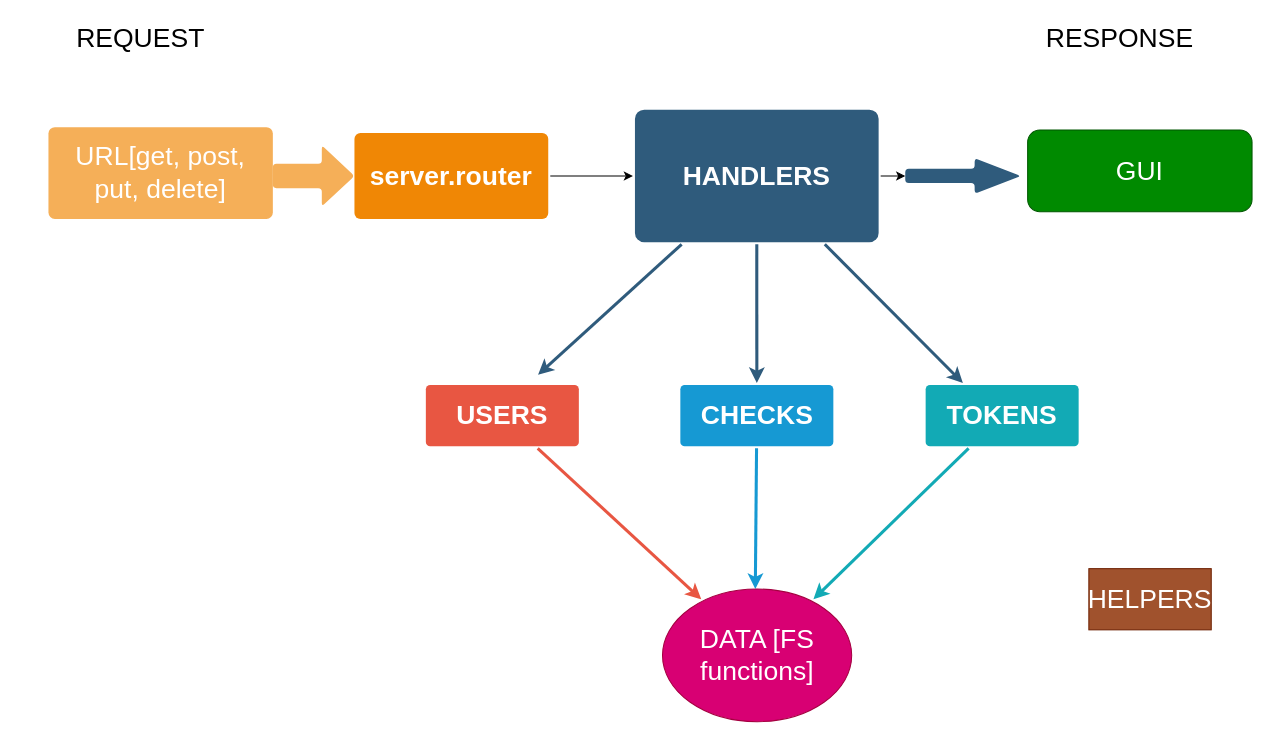
The draw.io diagram Untitled Diagram.drawio in illuminati-80/nodejs-pirple, before the edit. Source tidied: cells renumbered, new cells numbered last; positions are measured from the earlier drawing's top-left corner, leaving out a move shared by most shapes. Both pictures are drawn from the tidied source at 102%, with x=0, y=0 at pixel (48, 17).
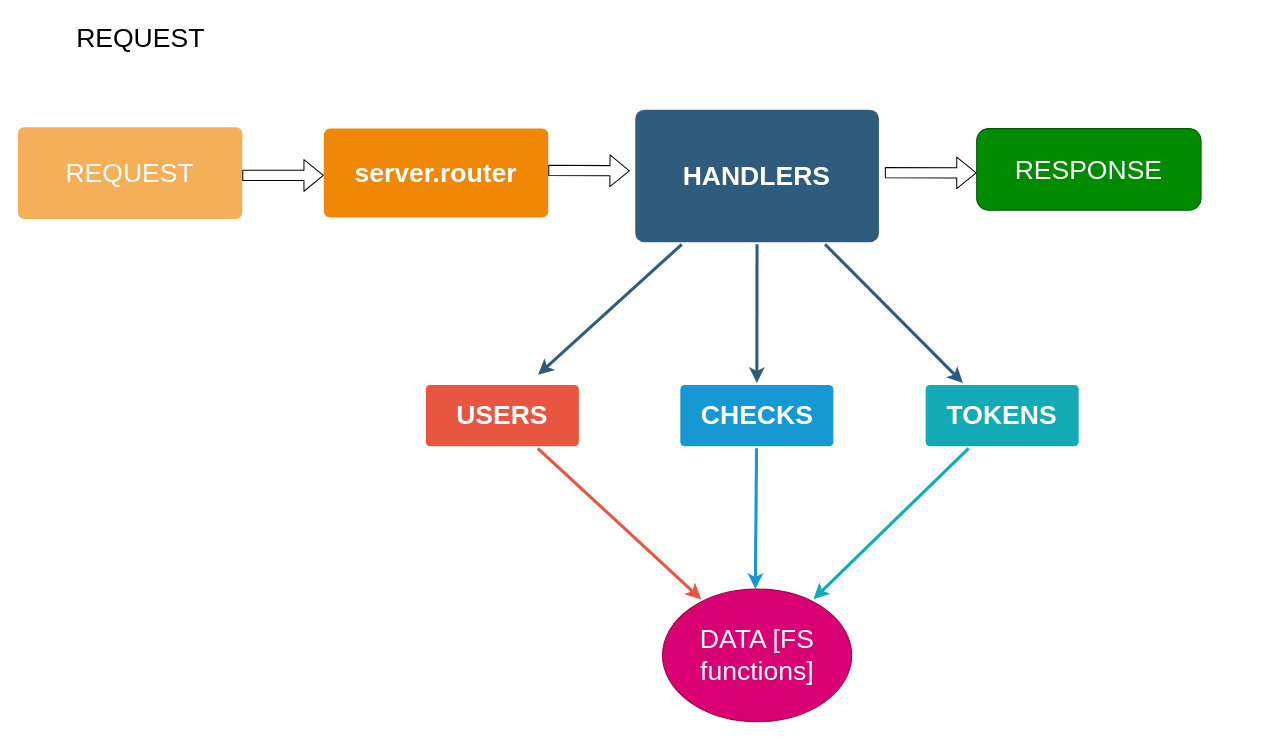
After the change.

Commit message:
HANDLERS DIAG

What changed in the source:
```diff
@@
-    <mxCell id="5" style="edgeStyle=orthogonalEdgeStyle;rounded=0;jettySize=auto;html=1;fontSize=26;" parent="1" edge="1" source="6" target="19">
-      <mxGeometry relative="1" as="geometry" />
-    </mxCell>
     <mxCell id="6" value="HANDLERS" style="rounded=1;whiteSpace=wrap;html=1;shadow=0;labelBackgroundColor=none;strokeColor=none;strokeWidth=3;fillColor=#2F5B7C;fontFamily=Helvetica;fontSize=26;fontColor=#FFFFFF;align=center;fontStyle=1;spacing=5;arcSize=7;perimeterSpacing=2;" parent="1" vertex="1">
-      <mxGeometry x="575" y="90" width="238.9" height="130" as="geometry" />
+      <mxGeometry x="575.3" y="90" width="238.9" height="130" as="geometry" />
     </mxCell>
@@
-    <mxCell id="11" style="edgeStyle=orthogonalEdgeStyle;rounded=0;jettySize=auto;html=1;fontSize=26;" parent="1" edge="1" source="12" target="6">
-      <mxGeometry relative="1" as="geometry" />
-    </mxCell>
     <mxCell id="12" value="server.router" style="rounded=1;whiteSpace=wrap;html=1;shadow=0;labelBackgroundColor=none;strokeColor=none;strokeWidth=3;fillColor=#F08705;fontFamily=Helvetica;fontSize=26;fontColor=#FFFFFF;align=center;spacing=5;fontStyle=1;arcSize=7;perimeterSpacing=2;" parent="1" vertex="1">
-      <mxGeometry x="300" y="112.8" width="190" height="84.5" as="geometry" />
+      <mxGeometry x="270" y="108.6" width="220" height="87.2" as="geometry" />
     </mxCell>
-    <mxCell id="13" value="URL[get, post, put, delete]" style="rounded=1;whiteSpace=wrap;html=1;shadow=0;labelBackgroundColor=none;strokeColor=none;strokeWidth=3;fillColor=#f5af58;fontFamily=Helvetica;fontSize=26;fontColor=#FFFFFF;align=center;spacing=5;arcSize=7;perimeterSpacing=2;" parent="1" vertex="1">
-      <mxGeometry y="107.2" width="220" height="90" as="geometry" />
+    <mxCell id="13" value="REQUEST" style="rounded=1;whiteSpace=wrap;html=1;shadow=0;labelBackgroundColor=none;strokeColor=none;strokeWidth=3;fillColor=#f5af58;fontFamily=Helvetica;fontSize=26;fontColor=#FFFFFF;align=center;spacing=5;arcSize=7;perimeterSpacing=2;" parent="1" vertex="1">
+      <mxGeometry x="-30" y="107.2" width="220" height="90" as="geometry" />
     </mxCell>
@@
-    <mxCell id="16" value="HELPERS&lt;br style=&quot;font-size: 26px;&quot;&gt;" style="rounded=0;whiteSpace=wrap;html=1;fontSize=26;fillColor=#a0522d;strokeColor=#6D1F00;fontColor=#ffffff;" parent="1" vertex="1">
-      <mxGeometry x="1020" y="540" width="120" height="60" as="geometry" />
-    </mxCell>
-    <mxCell id="17" style="shape=singleArrow;whiteSpace=wrap;html=1;arrowWidth=0.4;arrowSize=0.4;rounded=1;shadow=0;fontSize=26;fontColor=#FFFFFF;strokeColor=none;strokeWidth=3;fillColor=#f5af58;spacing=5;arcSize=7;" parent="1" vertex="1">
-      <mxGeometry x="220" y="125" width="80" height="60" as="geometry" />
-    </mxCell>
@@
-    <mxCell id="19" style="shape=singleArrow;whiteSpace=wrap;html=1;arrowWidth=0.4;arrowSize=0.4;rounded=1;shadow=0;fontSize=26;fontColor=#FFFFFF;fontStyle=1;strokeColor=none;strokeWidth=3;fillColor=#2F5B7C;spacing=5;arcSize=7;" parent="1" vertex="1">
-      <mxGeometry x="840" y="137.5" width="113.4" height="35" as="geometry" />
-    </mxCell>
@@
-    <mxCell id="21" value="GUI" style="rounded=1;whiteSpace=wrap;html=1;fillColor=#008a00;strokeColor=#005700;fontColor=#ffffff;fontSize=26;" parent="1" vertex="1">
-      <mxGeometry x="960" y="110" width="220" height="80" as="geometry" />
+    <mxCell id="21" value="RESPONSE" style="rounded=1;whiteSpace=wrap;html=1;fillColor=#008a00;strokeColor=#005700;fontColor=#ffffff;fontSize=26;" parent="1" vertex="1">
+      <mxGeometry x="910" y="108.6" width="220" height="80" as="geometry" />
     </mxCell>
-    <mxCell id="22" value="RESPONSE" style="text;html=1;align=center;verticalAlign=middle;strokeColor=none;fontSize=26;" parent="1" vertex="1">
-      <mxGeometry x="970" width="160" height="40" as="geometry" />
-    </mxCell>
+    <mxCell id="23" style="shape=flexArrow;endArrow=classic;html=1;" parent="1" edge="1">
+      <mxGeometry relative="1" as="geometry">
+        <mxPoint x="490" y="149.5" as="sourcePoint" />
+        <mxPoint x="570" y="150" as="targetPoint" />
+      </mxGeometry>
+    </mxCell>
+    <mxCell id="24" style="shape=flexArrow;endArrow=classic;html=1;" parent="1" edge="1">
+      <mxGeometry relative="1" as="geometry">
+        <mxPoint x="190" y="154.5" as="sourcePoint" />
+        <mxPoint x="270" y="154.5" as="targetPoint" />
+      </mxGeometry>
+    </mxCell>
+    <mxCell id="25" style="shape=flexArrow;endArrow=classic;html=1;" parent="1" edge="1">
+      <mxGeometry relative="1" as="geometry">
+        <mxPoint x="820" y="151.8" as="sourcePoint" />
+        <mxPoint x="910" y="152" as="targetPoint" />
+      </mxGeometry>
+    </mxCell>
```
